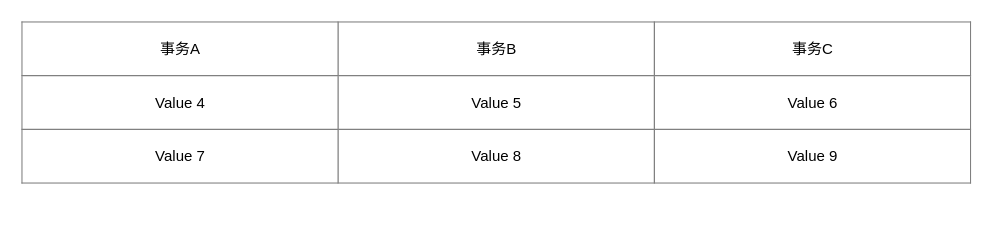
gangxing/drawio keeps this draw.io diagram as mysql-learn.drawio. Above is the earlier version. Source tidied: cells renumbered, new cells numbered last; positions are measured from the earlier drawing's top-left corner, leaving out a move shared by most shapes. Both pictures are drawn from the tidied source at 125%, with x=0, y=0 at pixel (21, 21).
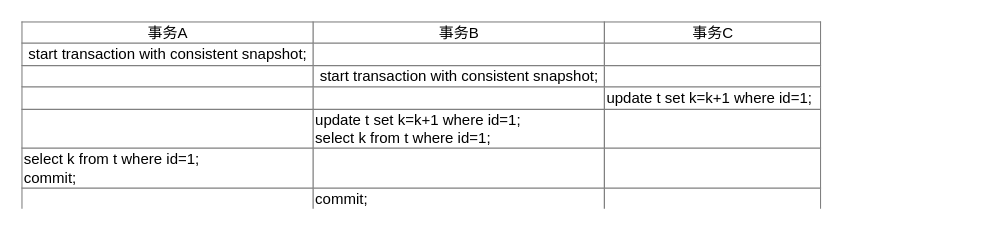
After the change.

Diff of the diagram source:
```diff
@@
 <mxGraphModel>
   <root>
     <mxCell id="0" />
     <mxCell id="1" parent="0" />
-    <mxCell id="2" value="&lt;table border=&quot;1&quot; width=&quot;100%&quot; style=&quot;width: 100% ; height: 100% ; border-collapse: collapse&quot;&gt;&lt;tbody&gt;&lt;tr&gt;&lt;td align=&quot;center&quot;&gt;事务A&lt;/td&gt;&lt;td align=&quot;center&quot;&gt;事务B&lt;/td&gt;&lt;td align=&quot;center&quot;&gt;事务C&lt;/td&gt;&lt;/tr&gt;&lt;tr&gt;&lt;td align=&quot;center&quot;&gt;Value 4&lt;/td&gt;&lt;td align=&quot;center&quot;&gt;Value 5&lt;/td&gt;&lt;td align=&quot;center&quot;&gt;Value 6&lt;/td&gt;&lt;/tr&gt;&lt;tr&gt;&lt;td align=&quot;center&quot;&gt;Value 7&lt;/td&gt;&lt;td align=&quot;center&quot;&gt;Value 8&lt;/td&gt;&lt;td align=&quot;center&quot;&gt;Value 9&lt;/td&gt;&lt;/tr&gt;&lt;/tbody&gt;&lt;/table&gt;" style="text;html=1;strokeColor=none;fillColor=#ffffff;overflow=fill;gradientColor=none;flipH=1;" parent="1" vertex="1">
-      <mxGeometry width="760" height="130" as="geometry" />
+    <mxCell id="2" value="&lt;table border=&quot;1&quot; width=&quot;100%&quot; style=&quot;width: 100% ; height: 100% ; border-collapse: collapse&quot;&gt;&lt;tbody&gt;&lt;tr&gt;&lt;td align=&quot;center&quot;&gt;事务A&lt;/td&gt;&lt;td align=&quot;center&quot;&gt;事务B&lt;/td&gt;&lt;td align=&quot;center&quot;&gt;事务C&lt;/td&gt;&lt;/tr&gt;&lt;tr&gt;&lt;td align=&quot;center&quot;&gt;start transaction with consistent snapshot;&lt;/td&gt;&lt;td align=&quot;center&quot;&gt;&lt;br&gt;&lt;/td&gt;&lt;td align=&quot;center&quot;&gt;&lt;/td&gt;&lt;/tr&gt;&lt;tr&gt;&lt;td align=&quot;center&quot;&gt;&lt;/td&gt;&lt;td align=&quot;center&quot;&gt;start transaction with consistent snapshot;&lt;/td&gt;&lt;td align=&quot;center&quot;&gt;&lt;/td&gt;&lt;/tr&gt;&lt;tr&gt;&lt;td&gt;&lt;br&gt;&lt;/td&gt;&lt;td&gt;&lt;br&gt;&lt;/td&gt;&lt;td&gt;update t set k=k+1 where id=1;&lt;/td&gt;&lt;/tr&gt;&lt;tr&gt;&lt;td&gt;&lt;br&gt;&lt;/td&gt;&lt;td&gt;update t set k=k+1 where id=1;&lt;br&gt;select k from t where id=1;&lt;/td&gt;&lt;td&gt;&lt;br&gt;&lt;/td&gt;&lt;/tr&gt;&lt;tr&gt;&lt;td&gt;select k from t where id=1;&lt;br&gt;commit;&lt;/td&gt;&lt;td&gt;&lt;br&gt;&lt;/td&gt;&lt;td&gt;&lt;br&gt;&lt;/td&gt;&lt;/tr&gt;&lt;tr&gt;&lt;td&gt;&lt;br&gt;&lt;/td&gt;&lt;td&gt;commit;&lt;/td&gt;&lt;td&gt;&lt;br&gt;&lt;/td&gt;&lt;/tr&gt;&lt;/tbody&gt;&lt;/table&gt;" style="text;html=1;overflow=fill;flipH=1;fillColor=#ffffff;strokeWidth=1;strokeColor=none;" parent="1" vertex="1">
+      <mxGeometry width="640" height="150" as="geometry" />
     </mxCell>
   </root>
 </mxGraphModel>
```
